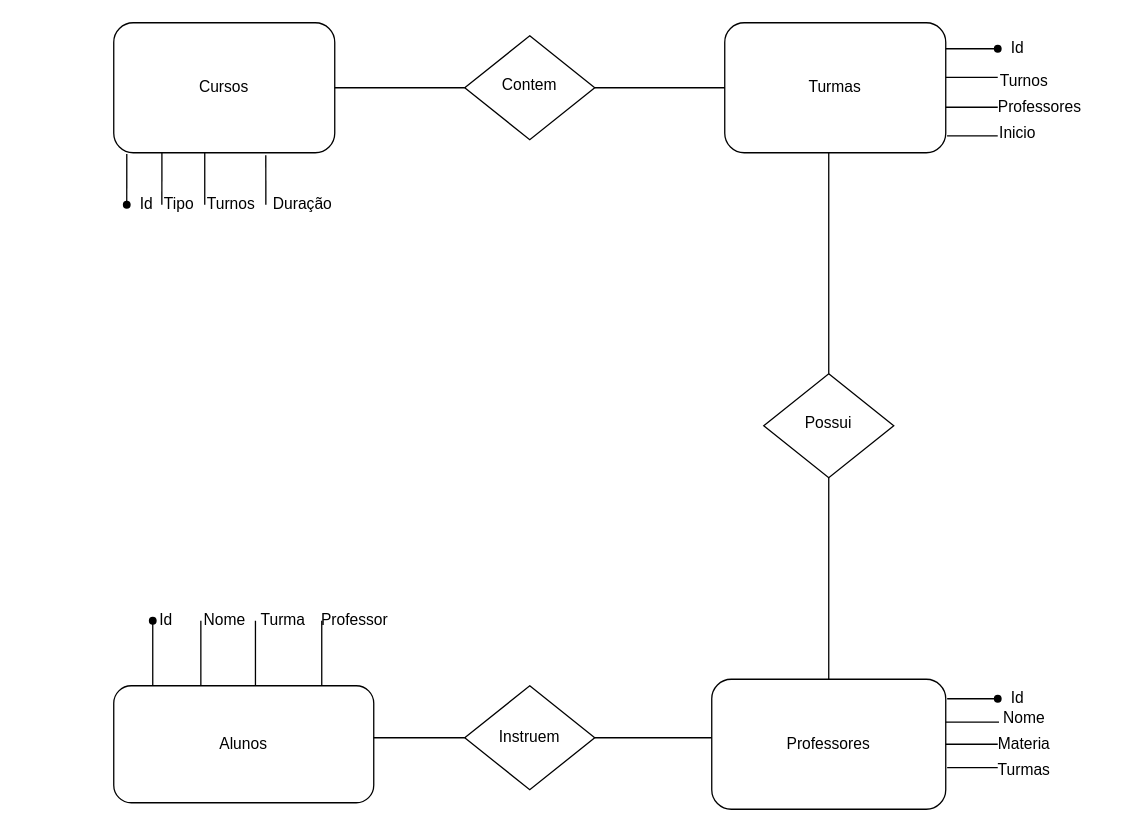
Above: Cópia do Diagrama sem nome.drawio in devpedrosou/trabalhoindividualjs (draw.io), before the change. Source tidied: cells renumbered, new cells numbered last; positions are measured from the earlier drawing's top-left corner, leaving out a move shared by most shapes. Both pictures are drawn from the tidied source at 130%, with x=0, y=0 at pixel (113, 22).
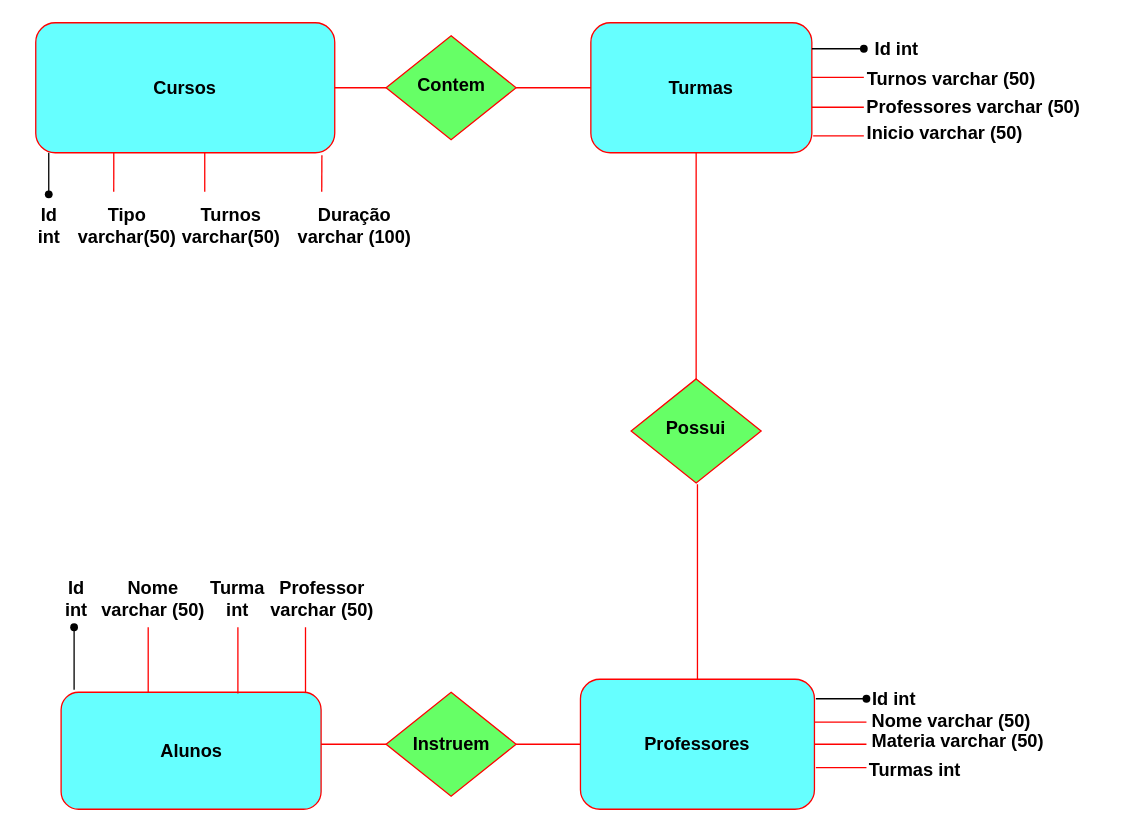
The same diagram, later.

Commit message:
projeto individual modulo 4

Diff of the diagram source:
```diff
@@
-    <mxCell id="2" value="Cursos" style="rounded=1;whiteSpace=wrap;html=1;fontSize=12;glass=0;strokeWidth=1;shadow=0;" parent="1" vertex="1">
-      <mxGeometry width="170" height="100" as="geometry" />
+    <mxCell id="2" value="Cursos" style="rounded=1;whiteSpace=wrap;html=1;fontSize=14;glass=0;strokeWidth=1;shadow=0;fillColor=#66FFFF;strokeColor=#FF0000;fontStyle=1;" parent="1" vertex="1">
+      <mxGeometry x="-60" width="230" height="100" as="geometry" />
     </mxCell>
-    <mxCell id="3" value="Contem" style="rhombus;whiteSpace=wrap;html=1;shadow=0;fontFamily=Helvetica;fontSize=12;align=center;strokeWidth=1;spacing=6;spacingTop=-4;" parent="1" vertex="1">
-      <mxGeometry x="270" y="10" width="100" height="80" as="geometry" />
+    <mxCell id="3" value="Contem" style="rhombus;whiteSpace=wrap;html=1;shadow=0;fontFamily=Helvetica;fontSize=14;align=center;strokeWidth=1;spacing=6;spacingTop=-4;fillColor=#66FF66;fontStyle=1;strokeColor=#FF0000;" parent="1" vertex="1">
+      <mxGeometry x="209.5" y="10" width="100" height="80" as="geometry" />
     </mxCell>
-    <mxCell id="4" value="Possui" style="rhombus;whiteSpace=wrap;html=1;shadow=0;fontFamily=Helvetica;fontSize=12;align=center;strokeWidth=1;spacing=6;spacingTop=-4;" parent="1" vertex="1">
-      <mxGeometry x="500" y="270" width="100" height="80" as="geometry" />
+    <mxCell id="4" value="Possui" style="rhombus;whiteSpace=wrap;html=1;shadow=0;fontFamily=Helvetica;fontSize=14;align=center;strokeWidth=1;spacing=6;spacingTop=-4;fillColor=#66FF66;fontStyle=1;strokeColor=#FF0000;" parent="1" vertex="1">
+      <mxGeometry x="398" y="274" width="100" height="80" as="geometry" />
     </mxCell>
-    <mxCell id="5" value="Turmas" style="rounded=1;whiteSpace=wrap;html=1;fontSize=12;glass=0;strokeWidth=1;shadow=0;" parent="1" vertex="1">
-      <mxGeometry x="470" width="170" height="100" as="geometry" />
+    <mxCell id="5" value="Turmas" style="rounded=1;whiteSpace=wrap;html=1;fontSize=14;glass=0;strokeWidth=1;shadow=0;fillColor=#66FFFF;strokeColor=#FF0000;fontStyle=1;" parent="1" vertex="1">
+      <mxGeometry x="367" width="170" height="100" as="geometry" />
     </mxCell>
-    <mxCell id="6" value="Alunos" style="rounded=1;whiteSpace=wrap;html=1;fontSize=12;glass=0;strokeWidth=1;shadow=0;" parent="1" vertex="1">
-      <mxGeometry y="510" width="200" height="90" as="geometry" />
+    <mxCell id="6" value="Alunos" style="rounded=1;whiteSpace=wrap;html=1;fontSize=14;glass=0;strokeWidth=1;shadow=0;fillColor=#66FFFF;fontStyle=1;strokeColor=#FF0000;" parent="1" vertex="1">
+      <mxGeometry x="-40.5" y="515" width="200" height="90" as="geometry" />
     </mxCell>
-    <mxCell id="7" style="endArrow=none;html=1;rounded=0;entryX=0;entryY=0.5;entryDx=0;entryDy=0;exitX=1;exitY=0.5;exitDx=0;exitDy=0;" parent="1" edge="1" source="2" target="3">
+    <mxCell id="7" style="endArrow=none;html=1;rounded=0;entryX=0;entryY=0.5;entryDx=0;entryDy=0;exitX=1;exitY=0.5;exitDx=0;exitDy=0;strokeColor=#FF0000;" parent="1" edge="1" source="2" target="3">
       <mxGeometry relative="1" as="geometry" />
     </mxCell>
-    <mxCell id="8" style="endArrow=none;html=1;rounded=0;entryX=0;entryY=0.5;entryDx=0;entryDy=0;exitX=1;exitY=0.5;exitDx=0;exitDy=0;" parent="1" edge="1" source="3" target="5">
+    <mxCell id="8" style="endArrow=none;html=1;rounded=0;entryX=0;entryY=0.5;entryDx=0;entryDy=0;exitX=1;exitY=0.5;exitDx=0;exitDy=0;strokeColor=#FF0000;" parent="1" edge="1" source="3" target="5">
       <mxGeometry relative="1" as="geometry" />
     </mxCell>
-    <mxCell id="9" style="endArrow=none;html=1;rounded=0;exitX=0.5;exitY=0;exitDx=0;exitDy=0;" parent="1" edge="1" source="4">
+    <mxCell id="9" style="endArrow=none;html=1;rounded=0;exitX=0.5;exitY=0;exitDx=0;exitDy=0;fontColor=#FF3333;strokeColor=#FF0000;" parent="1" edge="1" source="4">
       <mxGeometry relative="1" as="geometry">
-        <mxPoint x="550" y="100" as="targetPoint" />
+        <mxPoint x="448" y="100" as="targetPoint" />
       </mxGeometry>
     </mxCell>
-    <mxCell id="10" style="endArrow=none;html=1;rounded=0;entryX=0.059;entryY=1.01;entryDx=0;entryDy=0;entryPerimeter=0;" parent="1" edge="1" target="2">
-      <mxGeometry relative="1" as="geometry">
-        <mxPoint x="10" y="140" as="sourcePoint" />
-      </mxGeometry>
-    </mxCell>
     <mxCell id="11" style="shape=waypoint;sketch=0;fillStyle=solid;size=6;fillColor=none;perimeter=centerPerimeter;" parent="1" vertex="1">
-      <mxGeometry y="130" width="20" height="20" as="geometry" />
+      <mxGeometry x="-60" y="122" width="20" height="20" as="geometry" />
     </mxCell>
-    <mxCell id="12" value="Id" style="text;html=1;align=center;verticalAlign=middle;points=[];strokeColor=none;fillColor=none;" parent="1" vertex="1">
-      <mxGeometry x="10" y="125" width="30" height="30" as="geometry" />
+    <mxCell id="12" value="Id&lt;br style=&quot;font-size: 14px;&quot;&gt;int" style="text;html=1;align=center;verticalAlign=middle;points=[];strokeColor=none;fillColor=none;fontSize=14;fontStyle=1;" parent="1" vertex="1">
+      <mxGeometry x="-70" y="131" width="40" height="50" as="geometry" />
     </mxCell>
-    <mxCell id="13" value="Professores" style="rounded=1;whiteSpace=wrap;html=1;" parent="1" vertex="1">
-      <mxGeometry x="460" y="505" width="180" height="100" as="geometry" />
+    <mxCell id="13" value="Professores" style="rounded=1;whiteSpace=wrap;html=1;fillColor=#66FFFF;strokeColor=#FF0000;fontSize=14;fontStyle=1;" parent="1" vertex="1">
+      <mxGeometry x="359" y="505" width="180" height="100" as="geometry" />
     </mxCell>
-    <mxCell id="14" style="endArrow=none;html=1;rounded=0;entryX=0.5;entryY=1;entryDx=0;entryDy=0;exitX=0.5;exitY=0;exitDx=0;exitDy=0;" parent="1" edge="1" source="13" target="4">
-      <mxGeometry relative="1" as="geometry" />
+    <mxCell id="14" style="endArrow=none;html=1;rounded=0;entryX=0.5;entryY=1;entryDx=0;entryDy=0;exitX=0.5;exitY=0;exitDx=0;exitDy=0;strokeColor=#FF0000;" parent="1" edge="1" source="13">
+      <mxGeometry relative="1" as="geometry">
+        <mxPoint x="449" y="355" as="targetPoint" />
+      </mxGeometry>
     </mxCell>
-    <mxCell id="15" value="Instruem" style="rhombus;whiteSpace=wrap;html=1;" parent="1" vertex="1">
-      <mxGeometry x="270" y="510" width="100" height="80" as="geometry" />
+    <mxCell id="15" value="Instruem" style="rhombus;whiteSpace=wrap;html=1;fillColor=#66FF66;fontStyle=1;fontSize=14;strokeColor=#FF0000;" parent="1" vertex="1">
+      <mxGeometry x="209.5" y="515" width="100" height="80" as="geometry" />
     </mxCell>
-    <mxCell id="16" style="endArrow=none;html=1;rounded=0;exitX=1;exitY=0.5;exitDx=0;exitDy=0;" parent="1" edge="1" source="15">
-      <mxGeometry relative="1" as="geometry">
-        <mxPoint x="460" y="550" as="targetPoint" />
-      </mxGeometry>
+    <mxCell id="16" style="endArrow=none;html=1;rounded=0;strokeColor=#FF0000;entryX=0;entryY=0.5;entryDx=0;entryDy=0;exitX=1;exitY=0.5;exitDx=0;exitDy=0;" parent="1" edge="1" source="15" target="13">
+      <mxGeometry relative="1" as="geometry" />
     </mxCell>
-    <mxCell id="17" style="endArrow=none;html=1;rounded=0;entryX=0;entryY=0.5;entryDx=0;entryDy=0;" parent="1" edge="1" target="15">
+    <mxCell id="17" style="endArrow=none;html=1;rounded=0;entryX=0;entryY=0.5;entryDx=0;entryDy=0;strokeColor=#FF0000;" parent="1" edge="1" target="15">
       <mxGeometry relative="1" as="geometry">
-        <mxPoint x="200" y="550" as="sourcePoint" />
+        <mxPoint x="159.5" y="555" as="sourcePoint" />
       </mxGeometry>
     </mxCell>
-    <mxCell id="18" style="endArrow=none;html=1;rounded=0;startArrow=none;" parent="1" edge="1" source="25">
-      <mxGeometry relative="1" as="geometry">
-        <mxPoint x="29" y="460" as="targetPoint" />
-      </mxGeometry>
+    <mxCell id="18" style="endArrow=none;html=1;rounded=0;startArrow=none;entryX=0.7;entryY=0.65;entryDx=0;entryDy=0;entryPerimeter=0;" parent="1" edge="1" source="25" target="25">
+      <mxGeometry relative="1" as="geometry" />
     </mxCell>
-    <mxCell id="19" value="Id" style="text;html=1;align=center;verticalAlign=middle;strokeColor=none;fillColor=none;" parent="1" vertex="1">
-      <mxGeometry x="25" y="445" width="30" height="30" as="geometry" />
+    <mxCell id="19" value="Id&lt;br&gt;int" style="text;html=1;align=center;verticalAlign=middle;strokeColor=none;fillColor=none;fontSize=14;fontStyle=1;" parent="1" vertex="1">
+      <mxGeometry x="-49.5" y="418" width="40" height="50" as="geometry" />
     </mxCell>
-    <mxCell id="20" style="endArrow=none;html=1;rounded=0;" parent="1" edge="1">
+    <mxCell id="20" style="endArrow=none;html=1;rounded=0;strokeColor=#FF0000;" parent="1" edge="1">
       <mxGeometry relative="1" as="geometry">
-        <mxPoint x="67" y="510" as="sourcePoint" />
-        <mxPoint x="67" y="460" as="targetPoint" />
+        <mxPoint x="26.5" y="515" as="sourcePoint" />
+        <mxPoint x="26.5" y="465" as="targetPoint" />
       </mxGeometry>
     </mxCell>
-    <mxCell id="21" value="Nome" style="text;html=1;align=center;verticalAlign=middle;strokeColor=none;fillColor=none;" parent="1" vertex="1">
-      <mxGeometry x="55" y="445" width="60" height="30" as="geometry" />
+    <mxCell id="21" value="Nome&lt;br&gt;varchar (50)" style="text;html=1;align=center;verticalAlign=middle;strokeColor=none;fillColor=none;fontSize=14;fontStyle=1;" parent="1" vertex="1">
+      <mxGeometry x="-20.5" y="418" width="100" height="50" as="geometry" />
     </mxCell>
-    <mxCell id="22" style="endArrow=none;html=1;rounded=0;exitX=0.545;exitY=0;exitDx=0;exitDy=0;exitPerimeter=0;" parent="1" edge="1" source="6">
+    <mxCell id="22" style="endArrow=none;html=1;rounded=0;exitX=0.68;exitY=0.011;exitDx=0;exitDy=0;exitPerimeter=0;strokeColor=#FF0000;" parent="1" edge="1" source="6">
       <mxGeometry relative="1" as="geometry">
-        <mxPoint x="109" y="460" as="targetPoint" />
+        <mxPoint x="95.5" y="465" as="targetPoint" />
       </mxGeometry>
     </mxCell>
-    <mxCell id="23" value="Turma" style="text;html=1;align=center;verticalAlign=middle;strokeColor=none;fillColor=none;" parent="1" vertex="1">
-      <mxGeometry x="100" y="445" width="60" height="30" as="geometry" />
+    <mxCell id="23" value="Turma&lt;br&gt;int" style="text;html=1;align=center;verticalAlign=middle;strokeColor=none;fillColor=none;fontSize=14;fontStyle=1;" parent="1" vertex="1">
+      <mxGeometry x="59.5" y="418" width="70" height="50" as="geometry" />
     </mxCell>
-    <mxCell id="24" style="endArrow=none;html=1;rounded=0;" parent="1" edge="1" target="25">
-      <mxGeometry relative="1" as="geometry">
-        <mxPoint x="30" y="510" as="sourcePoint" />
-      </mxGeometry>
+    <mxCell id="24" style="endArrow=none;html=1;rounded=0;strokeColor=#000000;exitX=0.05;exitY=-0.022;exitDx=0;exitDy=0;exitPerimeter=0;entryX=0.75;entryY=1.05;entryDx=0;entryDy=0;entryPerimeter=0;" parent="1" edge="1" source="6" target="25">
+      <mxGeometry relative="1" as="geometry" />
     </mxCell>
-    <mxCell id="25" style="shape=waypoint;sketch=0;fillStyle=solid;size=6;points=[];fillColor=none;perimeter=centerPerimeter;snapToPoint=1;" parent="1" vertex="1">
-      <mxGeometry x="20" y="450" width="20" height="20" as="geometry" />
+    <mxCell id="25" style="shape=waypoint;sketch=0;fillStyle=solid;size=6;points=[];fillColor=none;perimeter=centerPerimeter;snapToPoint=1;fontSize=12;" parent="1" vertex="1">
+      <mxGeometry x="-40.5" y="455" width="20" height="20" as="geometry" />
     </mxCell>
-    <mxCell id="26" value="Professor" style="text;html=1;align=center;verticalAlign=middle;strokeColor=none;fillColor=none;" parent="1" vertex="1">
-      <mxGeometry x="150" y="445" width="70" height="30" as="geometry" />
+    <mxCell id="26" value="Professor&lt;br&gt;varchar (50)" style="text;html=1;align=center;verticalAlign=middle;strokeColor=none;fillColor=none;fontSize=14;fontStyle=1;" parent="1" vertex="1">
+      <mxGeometry x="109.5" y="418" width="100" height="50" as="geometry" />
     </mxCell>
-    <mxCell id="27" style="endArrow=none;html=1;rounded=0;" parent="1" edge="1">
+    <mxCell id="27" style="endArrow=none;html=1;rounded=0;strokeColor=#FF0000;exitX=0.94;exitY=0;exitDx=0;exitDy=0;exitPerimeter=0;" parent="1" edge="1" source="6">
       <mxGeometry relative="1" as="geometry">
-        <mxPoint x="160" y="510" as="sourcePoint" />
-        <mxPoint x="160" y="460" as="targetPoint" />
+        <mxPoint x="147.5" y="465" as="targetPoint" />
       </mxGeometry>
     </mxCell>
-    <mxCell id="28" style="endArrow=none;html=1;rounded=0;entryX=0.218;entryY=1;entryDx=0;entryDy=0;entryPerimeter=0;" parent="1" edge="1" target="2">
+    <mxCell id="28" style="endArrow=none;html=1;rounded=0;strokeColor=#FF0000;entryX=0.261;entryY=1;entryDx=0;entryDy=0;entryPerimeter=0;" parent="1" edge="1" target="2">
       <mxGeometry relative="1" as="geometry">
-        <mxPoint x="37" y="140" as="sourcePoint" />
+        <mxPoint y="130" as="sourcePoint" />
       </mxGeometry>
     </mxCell>
-    <mxCell id="29" value="Tipo" style="text;html=1;align=center;verticalAlign=middle;strokeColor=none;fillColor=none;" parent="1" vertex="1">
-      <mxGeometry x="25" y="125" width="50" height="30" as="geometry" />
+    <mxCell id="29" value="Tipo&lt;br style=&quot;font-size: 14px;&quot;&gt;varchar(50)" style="text;html=1;align=center;verticalAlign=middle;strokeColor=none;fillColor=none;fontSize=14;fontStyle=1;" parent="1" vertex="1">
+      <mxGeometry x="-40" y="131" width="100" height="50" as="geometry" />
     </mxCell>
-    <mxCell id="30" style="endArrow=none;html=1;rounded=0;" parent="1" edge="1">
+    <mxCell id="30" style="endArrow=none;html=1;rounded=0;strokeColor=#FF0000;exitX=0.3;exitY=-0.02;exitDx=0;exitDy=0;exitPerimeter=0;" parent="1" edge="1" source="31">
       <mxGeometry relative="1" as="geometry">
-        <mxPoint x="70" y="140" as="sourcePoint" />
         <mxPoint x="70" y="100" as="targetPoint" />
       </mxGeometry>
     </mxCell>
-    <mxCell id="31" value="Turnos" style="text;html=1;align=center;verticalAlign=middle;points=[];strokeColor=none;fillColor=none;" parent="1" vertex="1">
-      <mxGeometry x="60" y="125" width="60" height="30" as="geometry" />
+    <mxCell id="31" value="Turnos&lt;br style=&quot;font-size: 14px;&quot;&gt;varchar(50)" style="text;html=1;align=center;verticalAlign=middle;points=[];strokeColor=none;fillColor=none;fontSize=14;fontStyle=1;" parent="1" vertex="1">
+      <mxGeometry x="40" y="131" width="100" height="50" as="geometry" />
     </mxCell>
     <mxCell id="32" style="endArrow=none;html=1;rounded=0;exitX=0.4;exitY=0.65;exitDx=0;exitDy=0;exitPerimeter=0;" parent="1" edge="1" source="33">
       <mxGeometry relative="1" as="geometry">
-        <mxPoint x="640" y="20" as="targetPoint" />
+        <mxPoint x="537" y="20" as="targetPoint" />
       </mxGeometry>
     </mxCell>
     <mxCell id="33" style="shape=waypoint;sketch=0;fillStyle=solid;size=6;points=[];fillColor=none;perimeter=centerPerimeter;snapToPoint=1;" parent="1" vertex="1">
-      <mxGeometry x="670" y="10" width="20" height="20" as="geometry" />
+      <mxGeometry x="567" y="10" width="20" height="20" as="geometry" />
     </mxCell>
-    <mxCell id="34" value="Id" style="text;html=1;align=center;verticalAlign=middle;strokeColor=none;fillColor=none;" parent="1" vertex="1">
-      <mxGeometry x="680" y="5" width="30" height="30" as="geometry" />
+    <mxCell id="34" value="Id int" style="text;html=1;align=center;verticalAlign=middle;strokeColor=none;fillColor=none;fontStyle=1;fontSize=14;" parent="1" vertex="1">
+      <mxGeometry x="572" y="5" width="60" height="30" as="geometry" />
     </mxCell>
-    <mxCell id="35" style="endArrow=none;html=1;rounded=0;" parent="1" edge="1">
+    <mxCell id="35" style="endArrow=none;html=1;rounded=0;strokeColor=#FF0000;" parent="1" edge="1">
       <mxGeometry relative="1" as="geometry">
-        <mxPoint x="680" y="42" as="sourcePoint" />
-        <mxPoint x="640" y="42" as="targetPoint" />
+        <mxPoint x="577" y="42" as="sourcePoint" />
+        <mxPoint x="537" y="42" as="targetPoint" />
       </mxGeometry>
     </mxCell>
-    <mxCell id="36" value="Turnos" style="text;html=1;align=center;verticalAlign=middle;strokeColor=none;fillColor=none;" parent="1" vertex="1">
-      <mxGeometry x="670" y="30" width="60" height="30" as="geometry" />
+    <mxCell id="36" value="Turnos varchar (50)" style="text;html=1;align=center;verticalAlign=middle;strokeColor=none;fillColor=none;fontSize=14;fontStyle=1;" parent="1" vertex="1">
+      <mxGeometry x="569" y="28" width="150" height="30" as="geometry" />
     </mxCell>
     <mxCell id="37" style="endArrow=none;html=1;rounded=0;" parent="1" edge="1">
       <mxGeometry relative="1" as="geometry">
-        <mxPoint x="370" y="370" as="sourcePoint" />
-        <mxPoint x="370" y="370" as="targetPoint" />
+        <mxPoint x="309" y="375" as="sourcePoint" />
+        <mxPoint x="309" y="375" as="targetPoint" />
       </mxGeometry>
     </mxCell>
-    <mxCell id="38" value="Professores" style="text;html=1;align=center;verticalAlign=middle;strokeColor=none;fillColor=none;" parent="1" vertex="1">
-      <mxGeometry x="667" y="50" width="90" height="30" as="geometry" />
+    <mxCell id="38" value="Professores varchar (50)" style="text;html=1;align=center;verticalAlign=middle;strokeColor=none;fillColor=none;fontSize=14;fontStyle=1;" parent="1" vertex="1">
+      <mxGeometry x="566" y="50" width="190" height="30" as="geometry" />
     </mxCell>
-    <mxCell id="39" style="endArrow=none;html=1;rounded=0;entryX=1;entryY=0.65;entryDx=0;entryDy=0;entryPerimeter=0;" parent="1" edge="1" target="5">
+    <mxCell id="39" style="endArrow=none;html=1;rounded=0;entryX=1;entryY=0.65;entryDx=0;entryDy=0;entryPerimeter=0;strokeColor=#FF0000;" parent="1" edge="1" target="5">
       <mxGeometry relative="1" as="geometry">
-        <mxPoint x="680" y="65" as="sourcePoint" />
+        <mxPoint x="577" y="65" as="sourcePoint" />
       </mxGeometry>
     </mxCell>
-    <mxCell id="40" value="Duração" style="text;html=1;align=center;verticalAlign=middle;strokeColor=none;fillColor=none;" parent="1" vertex="1">
-      <mxGeometry x="110" y="125" width="70" height="30" as="geometry" />
+    <mxCell id="40" value="Duração&lt;br style=&quot;font-size: 14px;&quot;&gt;varchar (100)" style="text;html=1;align=center;verticalAlign=middle;strokeColor=none;fillColor=none;fontSize=14;fontStyle=1;" parent="1" vertex="1">
+      <mxGeometry x="130" y="131" width="110" height="50" as="geometry" />
     </mxCell>
-    <mxCell id="41" style="endArrow=none;html=1;rounded=0;entryX=0.688;entryY=1.02;entryDx=0;entryDy=0;entryPerimeter=0;" parent="1" edge="1" target="2">
+    <mxCell id="41" style="endArrow=none;html=1;rounded=0;entryX=0.957;entryY=1.02;entryDx=0;entryDy=0;entryPerimeter=0;strokeColor=#FF0000;" parent="1" edge="1" target="2">
       <mxGeometry relative="1" as="geometry">
-        <mxPoint x="117" y="140" as="sourcePoint" />
+        <mxPoint x="160" y="130" as="sourcePoint" />
       </mxGeometry>
     </mxCell>
-    <mxCell id="42" style="endArrow=none;html=1;rounded=0;entryX=1.006;entryY=0.87;entryDx=0;entryDy=0;entryPerimeter=0;" parent="1" edge="1" target="5">
+    <mxCell id="42" style="endArrow=none;html=1;rounded=0;entryX=1.006;entryY=0.87;entryDx=0;entryDy=0;entryPerimeter=0;strokeColor=#FF0000;" parent="1" edge="1" target="5">
       <mxGeometry relative="1" as="geometry">
-        <mxPoint x="680" y="87" as="sourcePoint" />
+        <mxPoint x="577" y="87" as="sourcePoint" />
       </mxGeometry>
     </mxCell>
-    <mxCell id="43" value="Inicio" style="text;html=1;align=center;verticalAlign=middle;strokeColor=none;fillColor=none;" parent="1" vertex="1">
-      <mxGeometry x="670" y="70" width="50" height="30" as="geometry" />
+    <mxCell id="43" value="Inicio varchar (50)" style="text;html=1;align=center;verticalAlign=middle;strokeColor=none;fillColor=none;fontSize=14;fontStyle=1;" parent="1" vertex="1">
+      <mxGeometry x="569" y="70" width="140" height="30" as="geometry" />
     </mxCell>
     <mxCell id="44" style="endArrow=none;html=1;rounded=0;exitX=1.006;exitY=0.15;exitDx=0;exitDy=0;exitPerimeter=0;" parent="1" edge="1" source="13">
       <mxGeometry relative="1" as="geometry">
-        <mxPoint x="680" y="520" as="targetPoint" />
+        <mxPoint x="579" y="520" as="targetPoint" />
       </mxGeometry>
     </mxCell>
-    <mxCell id="45" value="Nome" style="text;html=1;align=center;verticalAlign=middle;strokeColor=none;fillColor=none;" parent="1" vertex="1">
-      <mxGeometry x="670" y="520" width="60" height="30" as="geometry" />
+    <mxCell id="45" value="Nome varchar (50)" style="text;html=1;align=center;verticalAlign=middle;strokeColor=none;fillColor=none;fontSize=14;fontStyle=1;" parent="1" vertex="1">
+      <mxGeometry x="569" y="522" width="150" height="30" as="geometry" />
     </mxCell>
     <mxCell id="46" style="shape=waypoint;sketch=0;size=6;fillColor=none;perimeter=centerPerimeter;" parent="1" vertex="1">
-      <mxGeometry x="670" y="510" width="20" height="20" as="geometry" />
+      <mxGeometry x="569" y="510" width="20" height="20" as="geometry" />
     </mxCell>
-    <mxCell id="47" value="Id" style="text;html=1;align=center;verticalAlign=middle;points=[];strokeColor=none;fillColor=none;" parent="1" vertex="1">
-      <mxGeometry x="680" y="505" width="30" height="30" as="geometry" />
+    <mxCell id="47" value="Id int" style="text;html=1;align=center;verticalAlign=middle;points=[];strokeColor=none;fillColor=none;fontSize=14;fontStyle=1;" parent="1" vertex="1">
+      <mxGeometry x="570" y="505" width="60" height="30" as="geometry" />
     </mxCell>
-    <mxCell id="48" style="endArrow=none;html=1;rounded=0;exitX=0.033;exitY=1.1;exitDx=0;exitDy=0;exitPerimeter=0;" parent="1" edge="1" source="47">
+    <mxCell id="48" style="endArrow=none;html=1;rounded=0;strokeColor=#FF0000;" parent="1" edge="1">
       <mxGeometry relative="1" as="geometry">
-        <mxPoint x="640" y="538" as="targetPoint" />
+        <mxPoint x="579" y="538" as="sourcePoint" />
+        <mxPoint x="539" y="538" as="targetPoint" />
       </mxGeometry>
     </mxCell>
-    <mxCell id="49" value="Materia" style="text;html=1;align=center;verticalAlign=middle;strokeColor=none;fillColor=none;" parent="1" vertex="1">
-      <mxGeometry x="670" y="540" width="60" height="30" as="geometry" />
+    <mxCell id="49" value="Materia varchar (50)" style="text;html=1;align=center;verticalAlign=middle;strokeColor=none;fillColor=none;fontSize=14;fontStyle=1;" parent="1" vertex="1">
+      <mxGeometry x="569" y="538" width="160" height="30" as="geometry" />
     </mxCell>
-    <mxCell id="50" style="endArrow=none;html=1;rounded=0;exitX=1;exitY=0.5;exitDx=0;exitDy=0;" parent="1" edge="1" source="13">
+    <mxCell id="50" style="endArrow=none;html=1;rounded=0;exitX=1;exitY=0.5;exitDx=0;exitDy=0;strokeColor=#FF0000;" parent="1" edge="1" source="13">
       <mxGeometry relative="1" as="geometry">
-        <mxPoint x="680" y="555" as="targetPoint" />
+        <mxPoint x="579" y="555" as="targetPoint" />
       </mxGeometry>
     </mxCell>
-    <mxCell id="51" value="Turmas" style="text;html=1;align=center;verticalAlign=middle;strokeColor=none;fillColor=none;" parent="1" vertex="1">
-      <mxGeometry x="670" y="560" width="60" height="30" as="geometry" />
+    <mxCell id="51" value="Turmas int" style="text;html=1;align=center;verticalAlign=middle;strokeColor=none;fillColor=none;fontSize=14;fontStyle=1;" parent="1" vertex="1">
+      <mxGeometry x="571" y="560" width="90" height="30" as="geometry" />
     </mxCell>
-    <mxCell id="52" style="endArrow=none;html=1;rounded=0;exitX=1.006;exitY=0.68;exitDx=0;exitDy=0;exitPerimeter=0;" parent="1" edge="1" source="13">
+    <mxCell id="52" style="endArrow=none;html=1;rounded=0;exitX=1.006;exitY=0.68;exitDx=0;exitDy=0;exitPerimeter=0;strokeColor=#FF0000;" parent="1" edge="1" source="13">
       <mxGeometry relative="1" as="geometry">
-        <mxPoint x="680" y="573" as="targetPoint" />
+        <mxPoint x="579" y="573" as="targetPoint" />
       </mxGeometry>
     </mxCell>
+    <mxCell id="53" style="endArrow=none;html=1;rounded=1;strokeColor=#000000;fontSize=12;fontColor=#000000;" parent="1" edge="1" source="12">
+      <mxGeometry relative="1" as="geometry">
+        <mxPoint x="-50" y="100" as="targetPoint" />
+      </mxGeometry>
+    </mxCell>
```
